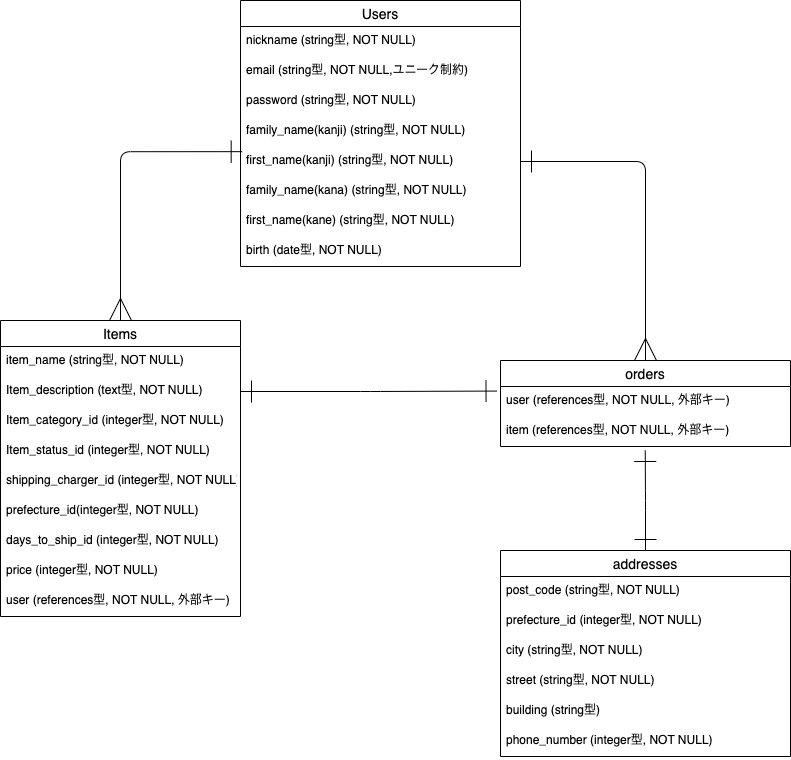
Above: furima-38535.png in kota-aso/furima-38535 (draw.io), before the change. Source tidied: cells renumbered, new cells last; positions are measured from the earlier drawing's top-left corner, leaving out a move shared by most shapes.
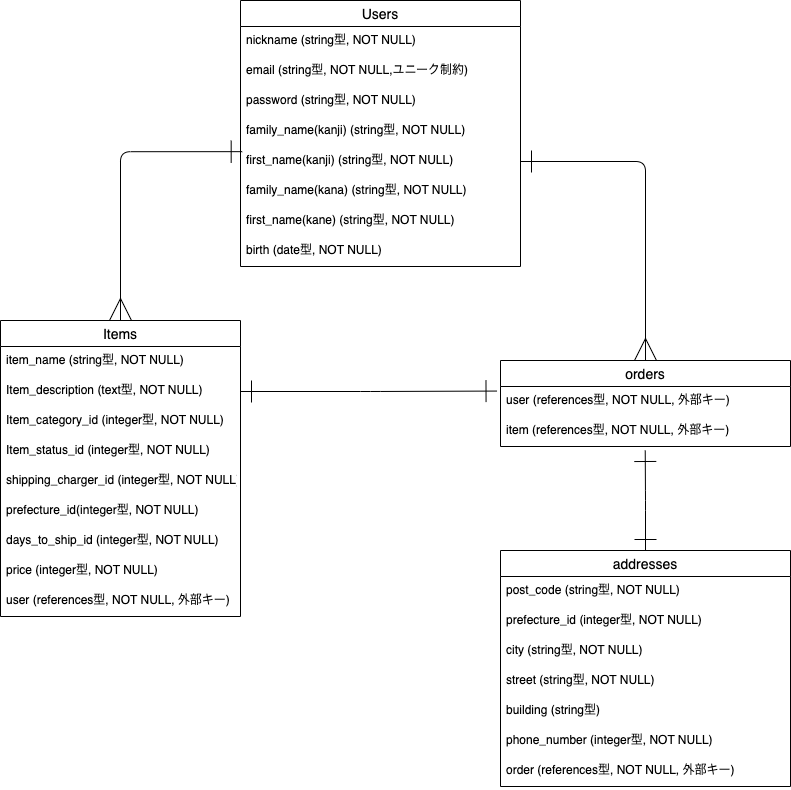
After the change.

The edit, as a diff of the source:
```diff
@@ -77,7 +77,7 @@
       </mxGeometry>
     </mxCell>
     <mxCell id="26" value="addresses" style="swimlane;fontStyle=0;horizontal=1;startSize=26;align=center;fontSize=14;" parent="1" vertex="1">
-      <mxGeometry x="500" y="550" width="290" height="206" as="geometry" />
+      <mxGeometry x="500" y="550" width="290" height="236" as="geometry" />
     </mxCell>
     <mxCell id="27" value="post_code (string型, NOT NULL)" style="text;strokeColor=none;fillColor=none;spacingLeft=4;spacingRight=4;overflow=hidden;fontSize=12;" parent="26" vertex="1">
       <mxGeometry y="26" width="290" height="30" as="geometry" />
@@ -97,6 +97,9 @@
     <mxCell id="32" value="phone_number (integer型, NOT NULL)" style="text;strokeColor=none;fillColor=none;spacingLeft=4;spacingRight=4;overflow=hidden;fontSize=12;" parent="26" vertex="1">
       <mxGeometry y="176" width="290" height="30" as="geometry" />
     </mxCell>
+    <mxCell id="35" value="order (references型, NOT NULL, 外部キー)" style="text;strokeColor=none;fillColor=none;spacingLeft=4;spacingRight=4;overflow=hidden;fontSize=12;" parent="26" vertex="1">
+      <mxGeometry y="206" width="290" height="30" as="geometry" />
+    </mxCell>
     <mxCell id="33" style="edgeStyle=orthogonalEdgeStyle;html=1;exitX=1;exitY=0.5;exitDx=0;exitDy=0;entryX=0.5;entryY=0;entryDx=0;entryDy=0;startArrow=ERone;startFill=0;endArrow=ERmany;endFill=0;startSize=20;endSize=20;strokeWidth=1;" parent="1" edge="1" source="7" target="11">
       <mxGeometry relative="1" as="geometry" />
     </mxCell>
```
